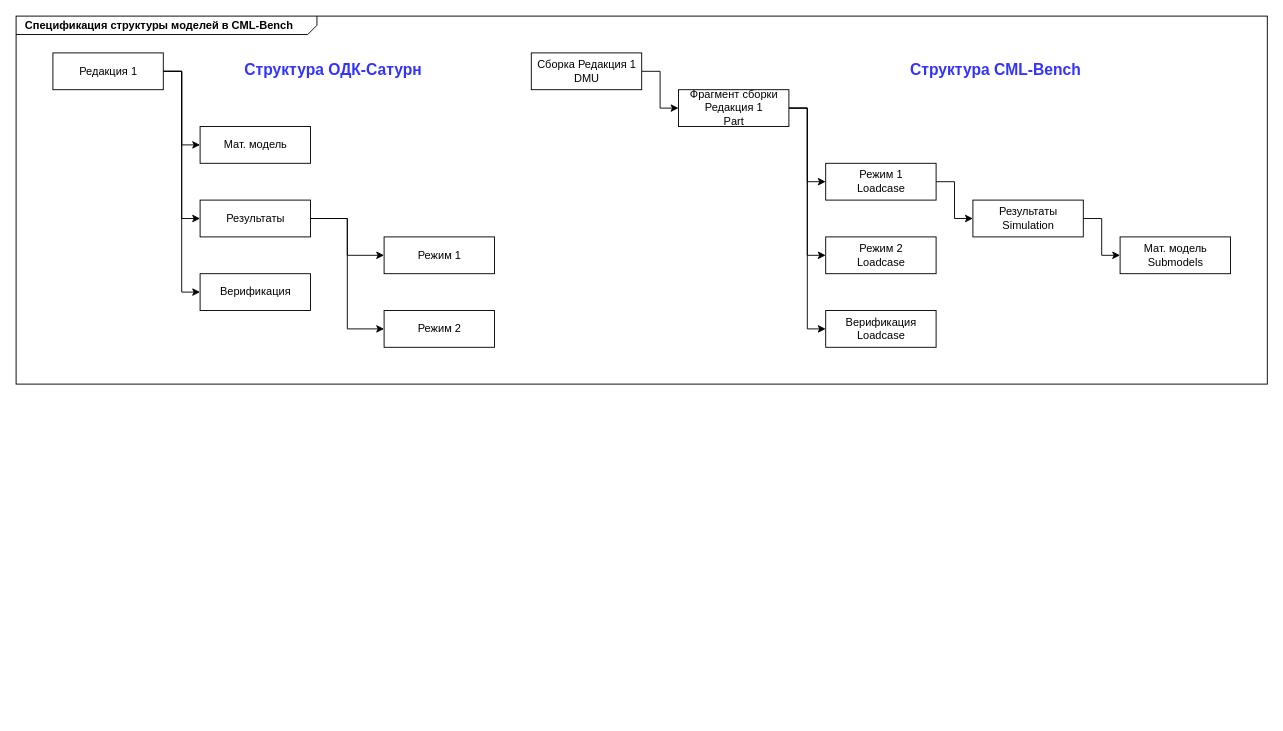
Before: Calc data structure.drawio in AleksTikhonov/CML-Bench-API, a draw.io diagram. Source tidied: cells renumbered, new cells numbered last; positions are measured from the earlier drawing's top-left corner, leaving out a move shared by most shapes. Both pictures are drawn from the tidied source at 92%, with x=0, y=0 at pixel (16, 16).
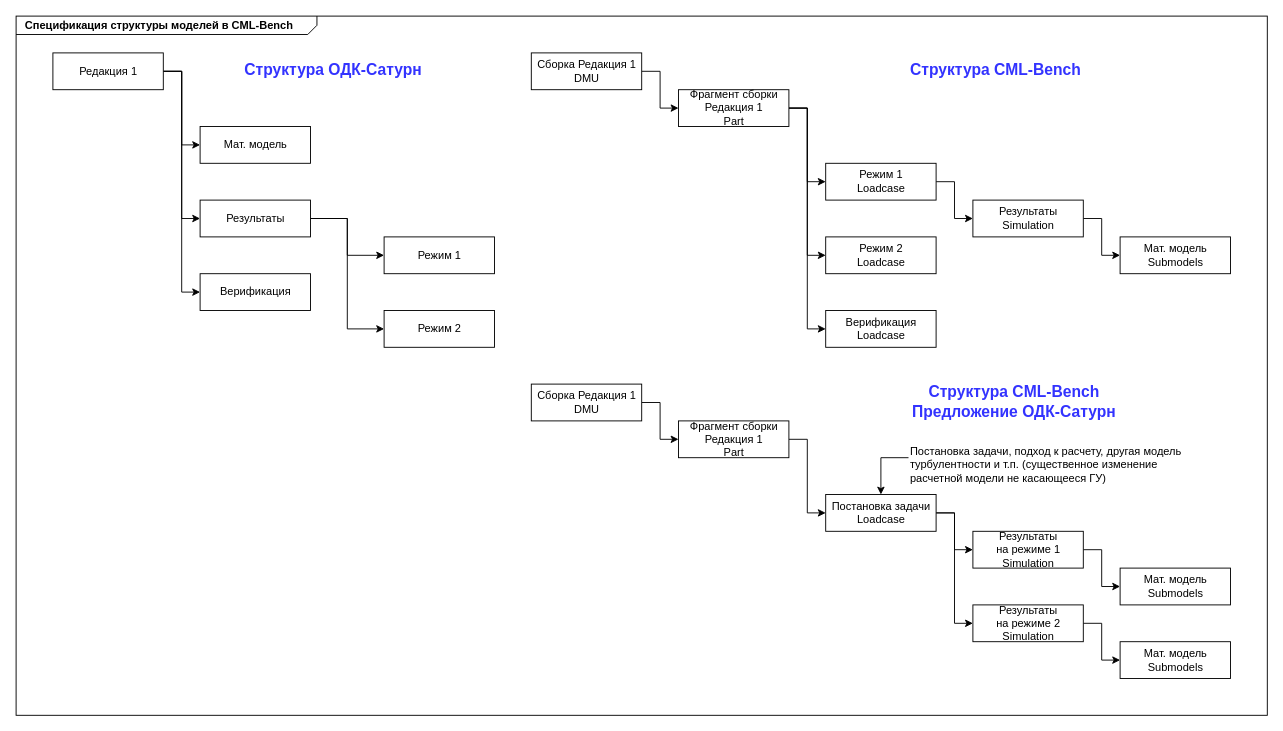
The same page after the edit.

Diff of the diagram source:
```diff
@@
     <mxCell id="2" value="&lt;p style=&quot;margin: 0px ; margin-top: 4px ; margin-left: 10px ; text-align: left&quot;&gt;&lt;b&gt;Спецификация структуры моделей в CML-Bench&lt;/b&gt;&lt;/p&gt;" style="html=1;strokeWidth=1;shape=mxgraph.sysml.package;html=1;overflow=fill;whiteSpace=wrap;fillColor=none;gradientColor=none;fontSize=12;align=center;labelX=327.64;" parent="1" vertex="1">
-      <mxGeometry width="1360" height="400" as="geometry" />
+      <mxGeometry width="1360" height="760" as="geometry" />
     </mxCell>
@@
+    <mxCell id="29" style="edgeStyle=orthogonalEdgeStyle;rounded=0;jettySize=auto;html=1;exitX=1;exitY=0.5;exitDx=0;exitDy=0;entryX=0;entryY=0.5;entryDx=0;entryDy=0;" parent="1" edge="1" source="30" target="33">
+      <mxGeometry relative="1" as="geometry" />
+    </mxCell>
+    <mxCell id="30" value="Фрагмент сборки &lt;br&gt;Редакция 1&lt;br&gt;Part" style="html=1;" parent="1" vertex="1">
+      <mxGeometry x="720" y="440" width="120" height="40" as="geometry" />
+    </mxCell>
+    <mxCell id="31" style="edgeStyle=orthogonalEdgeStyle;rounded=0;jettySize=auto;html=1;exitX=1;exitY=0.5;exitDx=0;exitDy=0;entryX=0;entryY=0.5;entryDx=0;entryDy=0;" parent="1" edge="1" source="33" target="35">
+      <mxGeometry relative="1" as="geometry" />
+    </mxCell>
+    <mxCell id="32" style="edgeStyle=orthogonalEdgeStyle;rounded=0;jettySize=auto;html=1;exitX=1;exitY=0.5;exitDx=0;exitDy=0;entryX=0;entryY=0.5;entryDx=0;entryDy=0;" parent="1" edge="1" source="33" target="43">
+      <mxGeometry relative="1" as="geometry" />
+    </mxCell>
+    <mxCell id="33" value="Постановка задачи&lt;br&gt;Loadcase" style="html=1;" parent="1" vertex="1">
+      <mxGeometry x="880" y="520" width="120" height="40" as="geometry" />
+    </mxCell>
+    <mxCell id="34" style="edgeStyle=orthogonalEdgeStyle;rounded=0;jettySize=auto;html=1;exitX=1;exitY=0.5;exitDx=0;exitDy=0;entryX=0;entryY=0.5;entryDx=0;entryDy=0;" parent="1" edge="1" source="35" target="36">
+      <mxGeometry relative="1" as="geometry" />
+    </mxCell>
+    <mxCell id="35" value="Результаты &lt;br&gt;на режиме 1&lt;br&gt;Simulation" style="html=1;" parent="1" vertex="1">
+      <mxGeometry x="1040" y="560" width="120" height="40" as="geometry" />
+    </mxCell>
+    <mxCell id="36" value="Мат. модель&lt;br&gt;Submodels" style="html=1;" parent="1" vertex="1">
+      <mxGeometry x="1200" y="600" width="120" height="40" as="geometry" />
+    </mxCell>
+    <mxCell id="37" style="edgeStyle=orthogonalEdgeStyle;rounded=0;jettySize=auto;html=1;exitX=1;exitY=0.5;exitDx=0;exitDy=0;entryX=0;entryY=0.5;entryDx=0;entryDy=0;" parent="1" edge="1" source="38" target="30">
+      <mxGeometry relative="1" as="geometry" />
+    </mxCell>
+    <mxCell id="38" value="Сборка Редакция 1 &lt;br&gt;DMU" style="html=1;" parent="1" vertex="1">
+      <mxGeometry x="560" y="400" width="120" height="40" as="geometry" />
+    </mxCell>
+    <mxCell id="39" value="Структура CML-Bench&lt;br&gt;Предложение ОДК-Сатурн" style="text;html=1;fillColor=none;align=center;verticalAlign=middle;whiteSpace=wrap;rounded=0;strokeWidth=2;fontSize=17;fontStyle=1;fontColor=#3333FF;" parent="1" vertex="1">
+      <mxGeometry x="960" y="400" width="250" height="40" as="geometry" />
+    </mxCell>
+    <mxCell id="40" style="edgeStyle=orthogonalEdgeStyle;rounded=0;jettySize=auto;html=1;exitX=0;exitY=0.5;exitDx=0;exitDy=0;entryX=0.5;entryY=0;entryDx=0;entryDy=0;" parent="1" edge="1" source="41" target="33">
+      <mxGeometry relative="1" as="geometry" />
+    </mxCell>
+    <mxCell id="41" value="Постановка задачи, подход к расчету, другая модель турбулентности и т.п. (существенное изменение расчетной модели не касающееся ГУ)" style="text;whiteSpace=wrap;html=1;" parent="1" vertex="1">
+      <mxGeometry x="970" y="460" width="300" height="40" as="geometry" />
+    </mxCell>
+    <mxCell id="42" style="edgeStyle=orthogonalEdgeStyle;rounded=0;jettySize=auto;html=1;exitX=1;exitY=0.5;exitDx=0;exitDy=0;entryX=0;entryY=0.5;entryDx=0;entryDy=0;" parent="1" edge="1" source="43" target="44">
+      <mxGeometry relative="1" as="geometry" />
+    </mxCell>
+    <mxCell id="43" value="Результаты &lt;br&gt;на режиме 2&lt;br&gt;Simulation" style="html=1;" parent="1" vertex="1">
+      <mxGeometry x="1040" y="640" width="120" height="40" as="geometry" />
+    </mxCell>
+    <mxCell id="44" value="Мат. модель&lt;br&gt;Submodels" style="html=1;" parent="1" vertex="1">
+      <mxGeometry x="1200" y="680" width="120" height="40" as="geometry" />
+    </mxCell>
```
